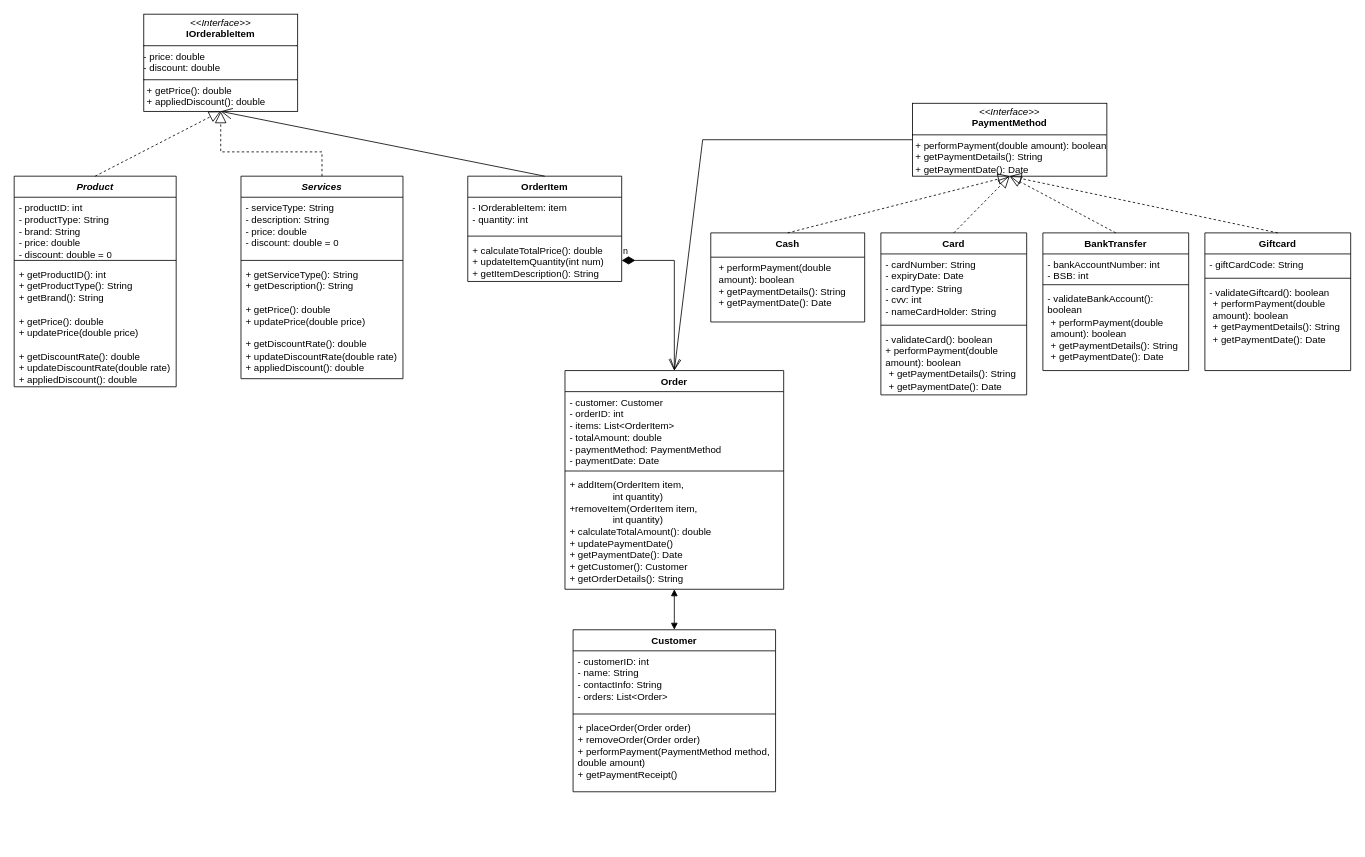
Before: soft2201w3.drawio in NguyenChHieu/graphs, a draw.io diagram. Source tidied: cells renumbered, new cells numbered last; positions are measured from the earlier drawing's top-left corner, leaving out a move shared by most shapes. Both pictures are drawn from the tidied source at 81%, with x=0, y=0 at pixel (14, 14).
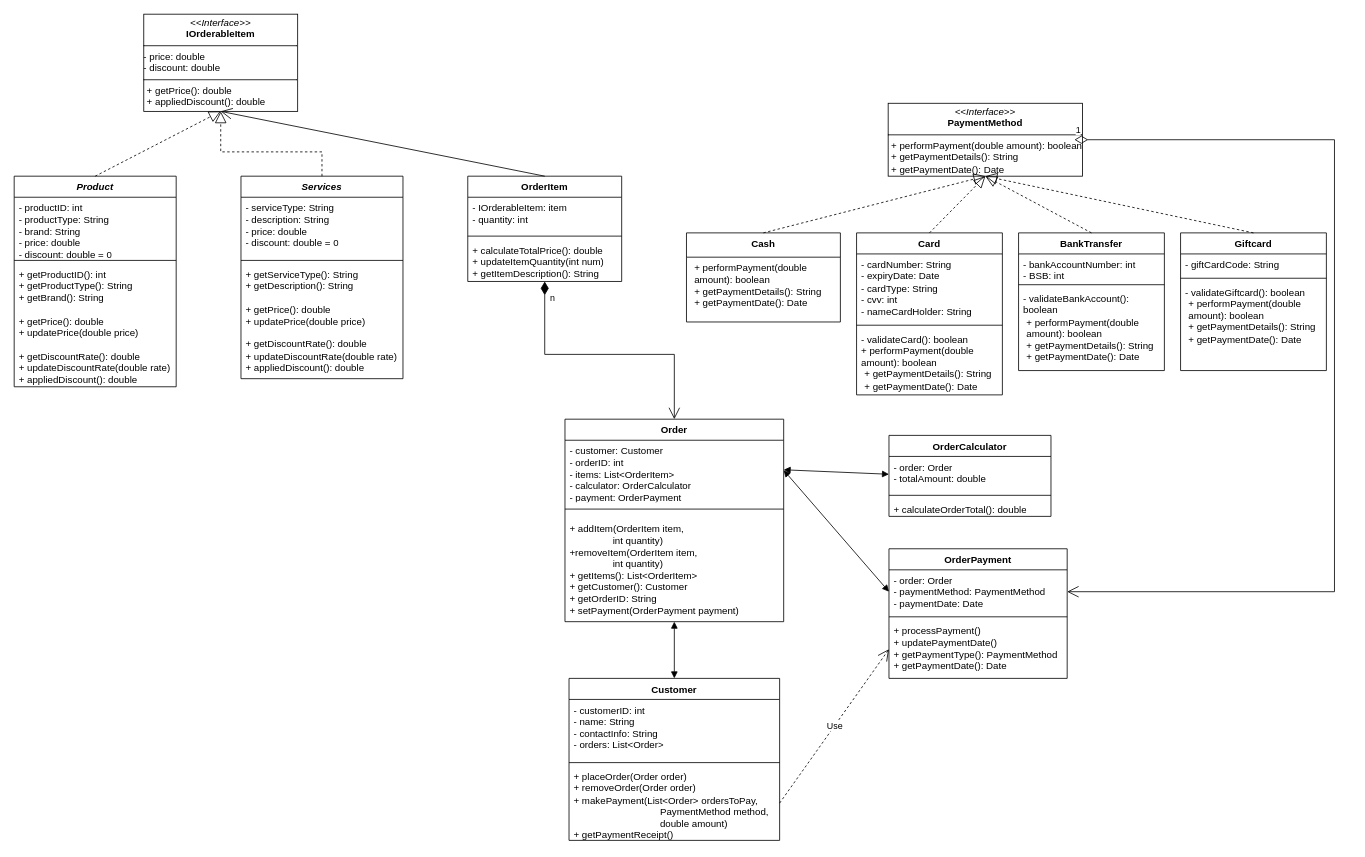
Above is the later version.

The change refers to these unchanged cells:
```xml
<mxCell id="17" value="OrderItem" style="swimlane;fontStyle=1;align=center;verticalAlign=top;horizontal=1;startSize=26;whiteSpace=wrap;html=1;" parent="1" vertex="1">
  <mxGeometry x="560" y="200" width="190" height="130" as="geometry" />
</mxCell>
<mxCell id="20" value="+ calculateTotalPrice(): double&lt;div&gt;+ updateItemQuantity(int num)&lt;br&gt;&lt;div&gt;+ getItemDescription(): String&lt;br&gt;&lt;div&gt;&lt;br&gt;&lt;/div&gt;&lt;/div&gt;&lt;/div&gt;" style="text;strokeColor=none;fillColor=none;align=left;verticalAlign=top;spacingLeft=4;spacingRight=4;overflow=hidden;points=[[0,0.5],[1,0.5]];portConstraint=eastwest;whiteSpace=wrap;html=1;" parent="17" vertex="1">
  <mxGeometry y="78" width="190" height="52" as="geometry" />
</mxCell>
```

Diff of the diagram source:
```diff
@@
     <mxCell id="10" value="Customer" style="swimlane;fontStyle=1;align=center;verticalAlign=top;horizontal=1;startSize=26;whiteSpace=wrap;html=1;" parent="1" vertex="1">
-      <mxGeometry x="690" y="760" width="250" height="200" as="geometry" />
+      <mxGeometry x="685" y="820" width="260" height="200" as="geometry" />
     </mxCell>
     <mxCell id="11" value="&lt;div&gt;- customerID: int&lt;/div&gt;&lt;div&gt;- name: String&lt;/div&gt;&lt;div&gt;- contactInfo: String&lt;/div&gt;- orders: List&amp;lt;Order&amp;gt;" style="text;strokeColor=none;fillColor=none;align=left;verticalAlign=top;spacingLeft=4;spacingRight=4;overflow=hidden;whiteSpace=wrap;html=1;" parent="10" vertex="1">
-      <mxGeometry y="26" width="250" height="74" as="geometry" />
+      <mxGeometry y="26" width="260" height="74" as="geometry" />
     </mxCell>
     <mxCell id="12" style="line;strokeWidth=1;fillColor=none;align=left;verticalAlign=middle;spacingTop=-1;spacingLeft=3;spacingRight=3;labelPosition=right;strokeColor=inherit;" parent="10" vertex="1">
-      <mxGeometry y="100" width="250" height="8" as="geometry" />
+      <mxGeometry y="100" width="260" height="8" as="geometry" />
     </mxCell>
-    <mxCell id="13" value="&lt;div&gt;+ placeOrder(Order order)&lt;/div&gt;&lt;div&gt;+ removeOrder(Order order)&lt;/div&gt;&lt;div&gt;+ performPayment(PaymentMethod method, double amount)&lt;/div&gt;&lt;div&gt;+ getPaymentReceipt(&lt;span style=&quot;background-color: initial;&quot;&gt;)&lt;/span&gt;&lt;/div&gt;" style="text;strokeColor=none;fillColor=none;align=left;verticalAlign=top;spacingLeft=4;spacingRight=4;overflow=hidden;points=[[0,0.5],[1,0.5]];portConstraint=eastwest;whiteSpace=wrap;html=1;" parent="10" vertex="1">
-      <mxGeometry y="108" width="250" height="92" as="geometry" />
+    <mxCell id="13" value="&lt;div&gt;+ placeOrder(Order order)&lt;/div&gt;&lt;div&gt;+ removeOrder(Order order)&lt;/div&gt;&lt;div&gt;+ makePayment(List&amp;lt;Order&amp;gt; ordersToPay, &lt;span style=&quot;white-space: pre;&quot;&gt;&#9;&lt;/span&gt;&lt;span style=&quot;white-space: pre;&quot;&gt;&#9;&lt;/span&gt;&lt;span style=&quot;white-space: pre;&quot;&gt;&#9;&lt;/span&gt;&lt;span style=&quot;white-space: pre;&quot;&gt;&#9;&lt;/span&gt;PaymentMethod method, &lt;span style=&quot;white-space: pre;&quot;&gt;&#9;&lt;/span&gt;&lt;span style=&quot;white-space: pre;&quot;&gt;&#9;&lt;/span&gt;&lt;span style=&quot;white-space: pre;&quot;&gt;&#9;&lt;/span&gt;&lt;span style=&quot;white-space: pre;&quot;&gt;&#9;&lt;/span&gt;double amount)&lt;/div&gt;&lt;div&gt;+ getPaymentReceipt(&lt;span style=&quot;background-color: initial;&quot;&gt;)&lt;/span&gt;&lt;/div&gt;" style="text;strokeColor=none;fillColor=none;align=left;verticalAlign=top;spacingLeft=4;spacingRight=4;overflow=hidden;points=[[0,0.5],[1,0.5]];portConstraint=eastwest;whiteSpace=wrap;html=1;" parent="10" vertex="1">
+      <mxGeometry y="108" width="260" height="92" as="geometry" />
     </mxCell>
@@
     <mxCell id="22" value="Order" style="swimlane;fontStyle=1;align=center;verticalAlign=top;horizontal=1;startSize=26;whiteSpace=wrap;html=1;" parent="1" vertex="1">
-      <mxGeometry x="680" y="440" width="270" height="270" as="geometry" />
+      <mxGeometry x="680" y="500" width="270" height="250" as="geometry" />
     </mxCell>
-    <mxCell id="23" value="&lt;div&gt;- customer: Customer&lt;/div&gt;&lt;div&gt;- orderID: int&lt;/div&gt;- items&lt;span style=&quot;background-color: initial;&quot;&gt;: List&amp;lt;OrderItem&amp;gt;&amp;nbsp;&lt;/span&gt;&lt;div&gt;&lt;span style=&quot;background-color: initial;&quot;&gt;- totalAmount: double&amp;nbsp;&lt;/span&gt;&lt;/div&gt;&lt;div&gt;&lt;span style=&quot;background-color: initial;&quot;&gt;- paymentMethod: PaymentMethod&lt;/span&gt;&lt;/div&gt;&lt;div&gt;-&lt;span style=&quot;background-color: initial;&quot;&gt;&amp;nbsp;payment&lt;/span&gt;&lt;span style=&quot;background-color: initial;&quot;&gt;Date: Date&lt;/span&gt;&lt;br&gt;&lt;/div&gt;" style="text;strokeColor=none;fillColor=none;align=left;verticalAlign=top;spacingLeft=4;spacingRight=4;overflow=hidden;points=[[0,0.5],[1,0.5]];portConstraint=eastwest;whiteSpace=wrap;html=1;" parent="22" vertex="1">
-      <mxGeometry y="26" width="270" height="94" as="geometry" />
+    <mxCell id="23" value="&lt;div&gt;- customer: Customer&lt;/div&gt;&lt;div&gt;- orderID: int&lt;/div&gt;- items&lt;span style=&quot;background-color: initial;&quot;&gt;: List&amp;lt;OrderItem&amp;gt;&amp;nbsp;&lt;/span&gt;&lt;div&gt;- calculator: OrderCalculator&lt;/div&gt;&lt;div&gt;- payment: OrderPayment&lt;/div&gt;" style="text;strokeColor=none;fillColor=none;align=left;verticalAlign=top;spacingLeft=4;spacingRight=4;overflow=hidden;points=[[0,0.5],[1,0.5]];portConstraint=eastwest;whiteSpace=wrap;html=1;" parent="22" vertex="1">
+      <mxGeometry y="26" width="270" height="74" as="geometry" />
     </mxCell>
     <mxCell id="24" style="line;strokeWidth=1;fillColor=none;align=left;verticalAlign=middle;spacingTop=-1;spacingLeft=3;spacingRight=3;labelPosition=right;strokeColor=inherit;" parent="22" vertex="1">
-      <mxGeometry y="120" width="270" height="8" as="geometry" />
+      <mxGeometry y="100" width="270" height="22" as="geometry" />
     </mxCell>
-    <mxCell id="25" value="+ addItem(OrderItem item,&lt;div&gt;&lt;span style=&quot;white-space: pre;&quot;&gt;&#9;&lt;/span&gt;&lt;span style=&quot;white-space: pre;&quot;&gt;&#9;&lt;/span&gt;int quantity)&lt;/div&gt;&lt;div&gt;+removeItem(&lt;span style=&quot;background-color: initial;&quot;&gt;OrderItem item,&lt;/span&gt;&lt;/div&gt;&lt;div&gt;&lt;span style=&quot;white-space: pre;&quot;&gt;&#9;&lt;/span&gt;&lt;span style=&quot;white-space: pre;&quot;&gt;&#9;&lt;/span&gt;int quantity)&lt;/div&gt;&lt;div&gt;+ calculateTotalAmount(): double&lt;/div&gt;&lt;div&gt;+ updatePaymentDate()&lt;/div&gt;&lt;div&gt;+ getPaymentDate(): Date&lt;/div&gt;&lt;div&gt;+ getCustomer(): Customer&lt;/div&gt;&lt;div&gt;+ getOrderDetails(): String&lt;/div&gt;" style="text;strokeColor=none;fillColor=none;align=left;verticalAlign=top;spacingLeft=4;spacingRight=4;overflow=hidden;whiteSpace=wrap;html=1;" parent="22" vertex="1">
-      <mxGeometry y="128" width="270" height="142" as="geometry" />
+    <mxCell id="25" value="+ addItem(OrderItem item,&lt;div&gt;&lt;span style=&quot;white-space: pre;&quot;&gt;&#9;&lt;/span&gt;&lt;span style=&quot;white-space: pre;&quot;&gt;&#9;&lt;/span&gt;int quantity)&lt;/div&gt;&lt;div&gt;+removeItem(&lt;span style=&quot;background-color: initial;&quot;&gt;OrderItem item,&lt;/span&gt;&lt;/div&gt;&lt;div&gt;&lt;span style=&quot;white-space: pre;&quot;&gt;&#9;&lt;/span&gt;&lt;span style=&quot;white-space: pre;&quot;&gt;&#9;&lt;/span&gt;int quantity)&lt;/div&gt;&lt;div&gt;+ getItems():&amp;nbsp;&lt;span style=&quot;background-color: initial;&quot;&gt;List&amp;lt;OrderItem&amp;gt;&lt;/span&gt;&lt;/div&gt;&lt;div&gt;+ getCustomer(): Customer&lt;/div&gt;&lt;div&gt;+ getOrderID: String&lt;/div&gt;&lt;div&gt;+ setPayment(OrderPayment payment)&amp;nbsp;&lt;/div&gt;" style="text;strokeColor=none;fillColor=none;align=left;verticalAlign=top;spacingLeft=4;spacingRight=4;overflow=hidden;whiteSpace=wrap;html=1;" parent="22" vertex="1">
+      <mxGeometry y="122" width="270" height="128" as="geometry" />
     </mxCell>
     <mxCell id="26" value="&lt;p style=&quot;margin:0px;margin-top:4px;text-align:center;&quot;&gt;&lt;i&gt;&amp;lt;&amp;lt;Interface&amp;gt;&amp;gt;&lt;/i&gt;&lt;br&gt;&lt;b&gt;PaymentMethod&lt;/b&gt;&lt;/p&gt;&lt;hr size=&quot;1&quot; style=&quot;border-style:solid;&quot;&gt;&lt;p style=&quot;margin: 0px 0px 0px 4px;&quot;&gt;+ performPayment(double amount):&lt;span style=&quot;background-color: initial;&quot;&gt;&amp;nbsp;&lt;/span&gt;&lt;span style=&quot;background-color: initial;&quot;&gt;boolean&lt;/span&gt;&lt;/p&gt;&lt;p style=&quot;margin: 0px 0px 0px 4px;&quot;&gt;+ getPaymentDetails():&amp;nbsp;&lt;span style=&quot;background-color: initial;&quot;&gt;String&lt;/span&gt;&lt;/p&gt;&lt;p style=&quot;margin: 0px 0px 0px 4px;&quot;&gt;&lt;span style=&quot;background-color: initial;&quot;&gt;+ getPaymentDate(): Date&lt;/span&gt;&lt;/p&gt;" style="verticalAlign=top;align=left;overflow=fill;html=1;whiteSpace=wrap;" parent="1" vertex="1">
-      <mxGeometry x="1109" y="110" width="240" height="90" as="geometry" />
+      <mxGeometry x="1079" y="110" width="240" height="90" as="geometry" />
     </mxCell>
     <mxCell id="27" value="Card" style="swimlane;fontStyle=1;align=center;verticalAlign=top;horizontal=1;startSize=26;whiteSpace=wrap;html=1;" parent="1" vertex="1">
-      <mxGeometry x="1070" y="270" width="180" height="200" as="geometry" />
+      <mxGeometry x="1040" y="270" width="180" height="200" as="geometry" />
     </mxCell>
@@
     <mxCell id="31" value="Cash" style="swimlane;fontStyle=1;align=center;verticalAlign=top;horizontal=1;startSize=30;whiteSpace=wrap;html=1;" parent="1" vertex="1">
-      <mxGeometry x="860" y="270" width="190" height="110" as="geometry" />
+      <mxGeometry x="830" y="270" width="190" height="110" as="geometry" />
     </mxCell>
@@
     <mxCell id="33" value="BankTransfer" style="swimlane;fontStyle=1;align=center;verticalAlign=top;horizontal=1;startSize=26;whiteSpace=wrap;html=1;" parent="1" vertex="1">
-      <mxGeometry x="1270" y="270" width="180" height="170" as="geometry" />
+      <mxGeometry x="1240" y="270" width="180" height="170" as="geometry" />
     </mxCell>
@@
     <mxCell id="37" value="Giftcard" style="swimlane;fontStyle=1;align=center;verticalAlign=top;horizontal=1;startSize=26;whiteSpace=wrap;html=1;" parent="1" vertex="1">
-      <mxGeometry x="1470" y="270" width="180" height="170" as="geometry" />
+      <mxGeometry x="1440" y="270" width="180" height="170" as="geometry" />
     </mxCell>
@@
-    <mxCell id="45" value="n" style="endArrow=open;html=1;endSize=12;startArrow=diamondThin;startSize=14;startFill=1;edgeStyle=orthogonalEdgeStyle;align=left;verticalAlign=bottom;rounded=0;exitX=1;exitY=0.5;exitDx=0;exitDy=0;entryX=0.5;entryY=0;entryDx=0;entryDy=0;" parent="1" edge="1" source="20" target="22">
-      <mxGeometry x="-1" y="3" relative="1" as="geometry" />
+    <mxCell id="45" value="n" style="endArrow=open;html=1;endSize=12;startArrow=diamondThin;startSize=14;startFill=1;edgeStyle=orthogonalEdgeStyle;align=left;verticalAlign=bottom;rounded=0;exitX=0.5;exitY=1;exitDx=0;exitDy=0;entryX=0.5;entryY=0;entryDx=0;entryDy=0;" parent="1" edge="1" source="17" target="22">
+      <mxGeometry x="-0.82" y="5" relative="1" as="geometry">
+        <Array as="points">
+          <mxPoint x="655" y="420" />
+          <mxPoint x="815" y="420" />
+        </Array>
+      </mxGeometry>
     </mxCell>
-    <mxCell id="46" style="endArrow=open;endFill=1;endSize=12;html=1;rounded=0;exitX=0;exitY=0.5;exitDx=0;exitDy=0;entryX=0.5;entryY=0;entryDx=0;entryDy=0;" parent="1" edge="1" source="26" target="22">
-      <mxGeometry relative="1" as="geometry">
-        <Array as="points">
-          <mxPoint x="850" y="155" />
-        </Array>
-      </mxGeometry>
-    </mxCell>
@@
+    <mxCell id="48" value="OrderCalculator" style="swimlane;fontStyle=1;align=center;verticalAlign=top;horizontal=1;startSize=26;whiteSpace=wrap;html=1;" parent="1" vertex="1">
+      <mxGeometry x="1080" y="520" width="200" height="100" as="geometry" />
+    </mxCell>
+    <mxCell id="49" value="- order: Order&lt;div&gt;&lt;div&gt;&lt;span style=&quot;background-color: initial;&quot;&gt;- totalAmount: double&amp;nbsp;&lt;/span&gt;&lt;/div&gt;&lt;/div&gt;&lt;div&gt;&lt;span style=&quot;background-color: initial;&quot;&gt;&lt;br&gt;&lt;/span&gt;&lt;/div&gt;" style="text;strokeColor=none;fillColor=none;align=left;verticalAlign=top;spacingLeft=4;spacingRight=4;overflow=hidden;points=[[0,0.5],[1,0.5]];portConstraint=eastwest;whiteSpace=wrap;html=1;" parent="48" vertex="1">
+      <mxGeometry y="26" width="200" height="44" as="geometry" />
+    </mxCell>
+    <mxCell id="50" style="line;strokeWidth=1;fillColor=none;align=left;verticalAlign=middle;spacingTop=-1;spacingLeft=3;spacingRight=3;labelPosition=right;strokeColor=inherit;" parent="48" vertex="1">
+      <mxGeometry y="70" width="200" height="8" as="geometry" />
+    </mxCell>
+    <mxCell id="51" value="&lt;div&gt;+ calculateOrderTotal(): double&lt;/div&gt;&lt;div&gt;&lt;br&gt;&lt;/div&gt;" style="text;strokeColor=none;fillColor=none;align=left;verticalAlign=top;spacingLeft=4;spacingRight=4;overflow=hidden;whiteSpace=wrap;html=1;" parent="48" vertex="1">
+      <mxGeometry y="78" width="200" height="22" as="geometry" />
+    </mxCell>
+    <mxCell id="52" value="OrderPayment" style="swimlane;fontStyle=1;align=center;verticalAlign=top;horizontal=1;startSize=26;whiteSpace=wrap;html=1;" parent="1" vertex="1">
+      <mxGeometry x="1080" y="660" width="220" height="160" as="geometry" />
+    </mxCell>
+    <mxCell id="53" value="- order: Order&lt;div&gt;&lt;div&gt;&lt;span style=&quot;background-color: initial;&quot;&gt;- paymentMethod: PaymentMethod&lt;/span&gt;&lt;br&gt;&lt;/div&gt;&lt;div&gt;-&lt;span style=&quot;background-color: initial;&quot;&gt;&amp;nbsp;payment&lt;/span&gt;&lt;span style=&quot;background-color: initial;&quot;&gt;Date: Date&lt;/span&gt;&lt;/div&gt;&lt;/div&gt;" style="text;strokeColor=none;fillColor=none;align=left;verticalAlign=top;spacingLeft=4;spacingRight=4;overflow=hidden;points=[[0,0.5],[1,0.5]];portConstraint=eastwest;whiteSpace=wrap;html=1;" parent="52" vertex="1">
+      <mxGeometry y="26" width="220" height="54" as="geometry" />
+    </mxCell>
+    <mxCell id="54" style="line;strokeWidth=1;fillColor=none;align=left;verticalAlign=middle;spacingTop=-1;spacingLeft=3;spacingRight=3;labelPosition=right;strokeColor=inherit;" parent="52" vertex="1">
+      <mxGeometry y="80" width="220" height="8" as="geometry" />
+    </mxCell>
+    <mxCell id="55" value="&lt;div&gt;+ processPayment()&lt;/div&gt;&lt;div&gt;&lt;span style=&quot;background-color: initial;&quot;&gt;+ updatePaymentDate()&lt;/span&gt;&lt;/div&gt;&lt;div&gt;&lt;span style=&quot;background-color: initial;&quot;&gt;+ getPaymentType(): PaymentMethod&lt;/span&gt;&lt;/div&gt;&lt;div&gt;+ getPaymentDate(): Date&lt;/div&gt;" style="text;strokeColor=none;fillColor=none;align=left;verticalAlign=top;spacingLeft=4;spacingRight=4;overflow=hidden;points=[[0,0.5],[1,0.5]];portConstraint=eastwest;whiteSpace=wrap;html=1;" parent="52" vertex="1">
+      <mxGeometry y="88" width="220" height="72" as="geometry" />
+    </mxCell>
+    <mxCell id="56" value="1" style="endArrow=open;html=1;endSize=12;startArrow=diamondThin;startSize=14;startFill=0;edgeStyle=orthogonalEdgeStyle;align=left;verticalAlign=bottom;rounded=0;exitX=1;exitY=0.5;exitDx=0;exitDy=0;entryX=1;entryY=0.5;entryDx=0;entryDy=0;" parent="1" edge="1" target="53">
+      <mxGeometry x="-1" y="3" relative="1" as="geometry">
+        <mxPoint x="1309" y="155" as="sourcePoint" />
+        <Array as="points">
+          <mxPoint x="1630" y="155" />
+          <mxPoint x="1630" y="713" />
+        </Array>
+      </mxGeometry>
+    </mxCell>
+    <mxCell id="57" style="endArrow=block;startArrow=block;endFill=1;startFill=1;html=1;rounded=0;exitX=1;exitY=0.25;exitDx=0;exitDy=0;entryX=0;entryY=0.5;entryDx=0;entryDy=0;" parent="1" edge="1" source="22" target="49">
+      <mxGeometry relative="1" as="geometry" />
+    </mxCell>
+    <mxCell id="58" value="Use" style="endArrow=open;endSize=12;dashed=1;html=1;rounded=0;exitX=1;exitY=0.5;exitDx=0;exitDy=0;entryX=0;entryY=0.5;entryDx=0;entryDy=0;" parent="1" edge="1" source="13" target="55">
+      <mxGeometry relative="1" as="geometry" />
+    </mxCell>
+    <mxCell id="59" style="endArrow=block;startArrow=block;endFill=1;startFill=1;html=1;rounded=0;exitX=1;exitY=0.5;exitDx=0;exitDy=0;entryX=0;entryY=0.5;entryDx=0;entryDy=0;" parent="1" edge="1" source="23" target="53">
+      <mxGeometry relative="1" as="geometry" />
+    </mxCell>
```
